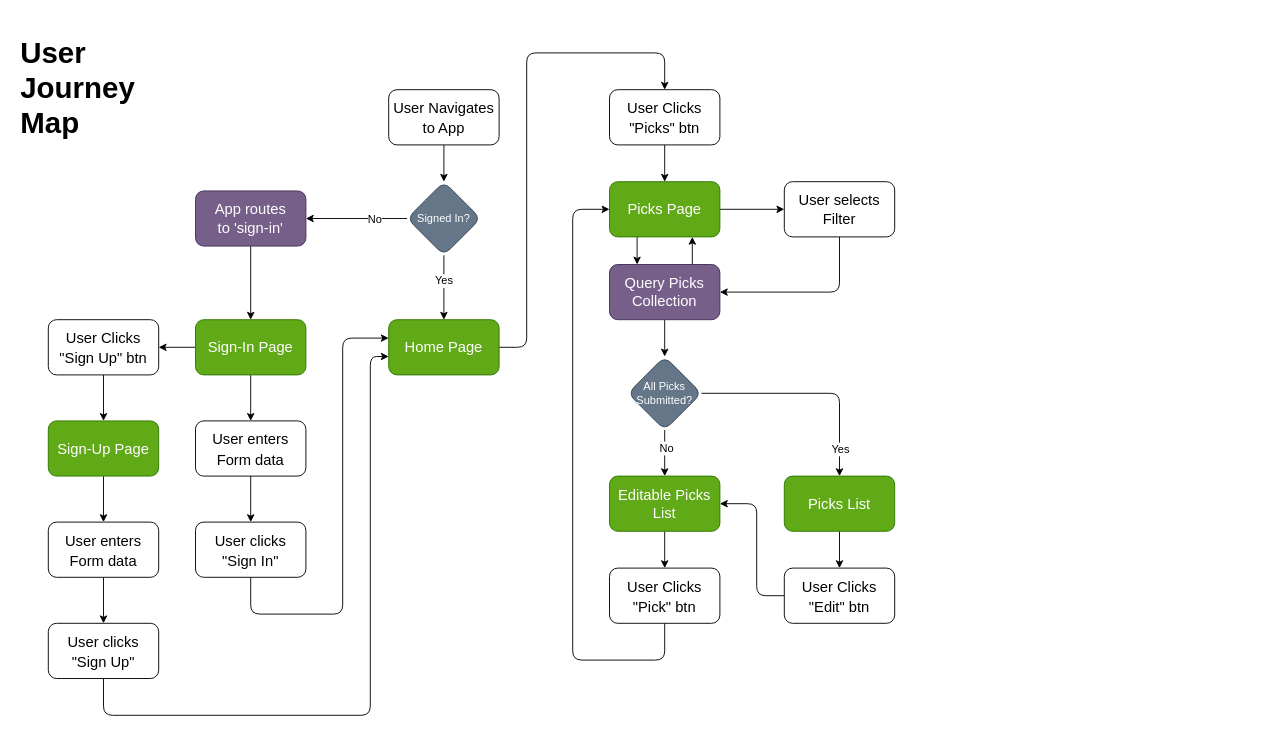
The draw.io diagram page "UX" (1 of 3) of docs/Footballer2.drawio in tjscooper/footballer2, before the edit. Source tidied: cells renumbered, new cells numbered last; positions are measured from the earlier drawing's top-left corner, leaving out a move shared by most shapes. Both pictures are drawn from the tidied source at 92%, with x=0, y=0 at pixel (16, 25).
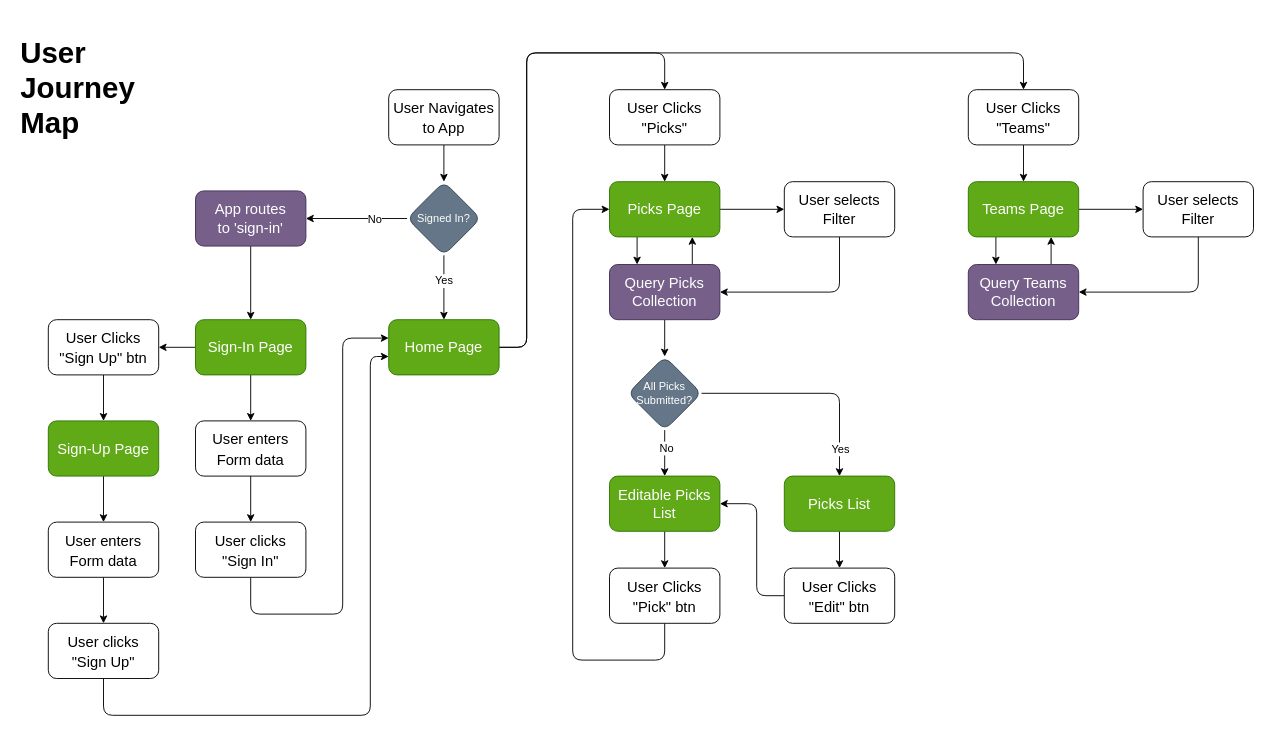
The same diagram, later.

Unchanged cells that the change refers to:
```xml
<mxCell id="16" value="&lt;font style=&quot;font-size: 16px;&quot;&gt;Home Page&lt;/font&gt;" style="whiteSpace=wrap;html=1;fontSize=16;fillColor=#60a917;strokeColor=#2D7600;fontColor=#ffffff;rounded=1;sketch=0;strokeWidth=1;" parent="1" vertex="1">
  <mxGeometry x="405" y="320" width="120" height="60" as="geometry" />
</mxCell>
```

The edit, as a diff of the source:
```diff
@@
+    <mxCell id="52" style="edgeStyle=none;html=1;exitX=1;exitY=0.5;exitDx=0;exitDy=0;entryX=0.5;entryY=0;entryDx=0;entryDy=0;" parent="1" edge="1" source="16" target="54">
+      <mxGeometry relative="1" as="geometry">
+        <Array as="points">
+          <mxPoint x="555" y="350" />
+          <mxPoint x="555" y="30" />
+          <mxPoint x="1095" y="30" />
+        </Array>
+      </mxGeometry>
+    </mxCell>
@@
-    <mxCell id="18" value="&lt;p style=&quot;line-height: 88%;&quot;&gt;&lt;font style=&quot;font-size: 16px;&quot;&gt;User Clicks&lt;br&gt;&quot;Picks&quot; btn&lt;/font&gt;&lt;/p&gt;" style="whiteSpace=wrap;html=1;fontSize=22;rounded=1;sketch=0;strokeWidth=1;" parent="1" vertex="1">
+    <mxCell id="18" value="&lt;p style=&quot;line-height: 88%;&quot;&gt;&lt;font style=&quot;font-size: 16px;&quot;&gt;User Clicks&lt;br&gt;&quot;Picks&quot;&lt;/font&gt;&lt;/p&gt;" style="whiteSpace=wrap;html=1;fontSize=22;rounded=1;sketch=0;strokeWidth=1;" parent="1" vertex="1">
       <mxGeometry x="645" y="70" width="120" height="60" as="geometry" />
     </mxCell>
@@
+    <mxCell id="53" style="edgeStyle=none;html=1;fontSize=12;" parent="1" edge="1" source="54" target="57">
+      <mxGeometry relative="1" as="geometry" />
+    </mxCell>
+    <mxCell id="54" value="&lt;p style=&quot;line-height: 88%;&quot;&gt;&lt;font style=&quot;font-size: 16px;&quot;&gt;User Clicks&lt;br&gt;&quot;Teams&quot;&lt;/font&gt;&lt;/p&gt;" style="whiteSpace=wrap;html=1;fontSize=22;rounded=1;sketch=0;strokeWidth=1;" parent="1" vertex="1">
+      <mxGeometry x="1035" y="70" width="120" height="60" as="geometry" />
+    </mxCell>
+    <mxCell id="55" style="edgeStyle=none;html=1;fontSize=14;" parent="1" edge="1" source="57" target="59">
+      <mxGeometry relative="1" as="geometry" />
+    </mxCell>
+    <mxCell id="56" style="edgeStyle=none;html=1;exitX=0.25;exitY=1;exitDx=0;exitDy=0;entryX=0.25;entryY=0;entryDx=0;entryDy=0;fontSize=14;" parent="1" edge="1" source="57" target="61">
+      <mxGeometry relative="1" as="geometry" />
+    </mxCell>
+    <mxCell id="57" value="Teams Page" style="whiteSpace=wrap;html=1;fontSize=16;rounded=1;sketch=0;strokeWidth=1;fillColor=#60a917;fontColor=#ffffff;strokeColor=#2D7600;" parent="1" vertex="1">
+      <mxGeometry x="1035" y="170" width="120" height="60" as="geometry" />
+    </mxCell>
+    <mxCell id="58" style="edgeStyle=none;html=1;exitX=0.5;exitY=1;exitDx=0;exitDy=0;entryX=1;entryY=0.5;entryDx=0;entryDy=0;fontSize=14;" parent="1" edge="1" source="59" target="61">
+      <mxGeometry relative="1" as="geometry">
+        <Array as="points">
+          <mxPoint x="1285" y="290" />
+        </Array>
+      </mxGeometry>
+    </mxCell>
+    <mxCell id="59" value="User selects&lt;br&gt;Filter" style="whiteSpace=wrap;html=1;fontSize=16;rounded=1;sketch=0;strokeWidth=1;" parent="1" vertex="1">
+      <mxGeometry x="1225" y="170" width="120" height="60" as="geometry" />
+    </mxCell>
+    <mxCell id="60" style="edgeStyle=none;html=1;exitX=0.75;exitY=0;exitDx=0;exitDy=0;entryX=0.75;entryY=1;entryDx=0;entryDy=0;fontSize=14;" parent="1" edge="1" source="61" target="57">
+      <mxGeometry relative="1" as="geometry" />
+    </mxCell>
+    <mxCell id="61" value="Query Teams&lt;br&gt;Collection" style="whiteSpace=wrap;html=1;fontSize=16;fillColor=#76608a;strokeColor=#432D57;fontColor=#ffffff;rounded=1;sketch=0;strokeWidth=1;" parent="1" vertex="1">
+      <mxGeometry x="1035" y="260" width="120" height="60" as="geometry" />
+    </mxCell>
```
